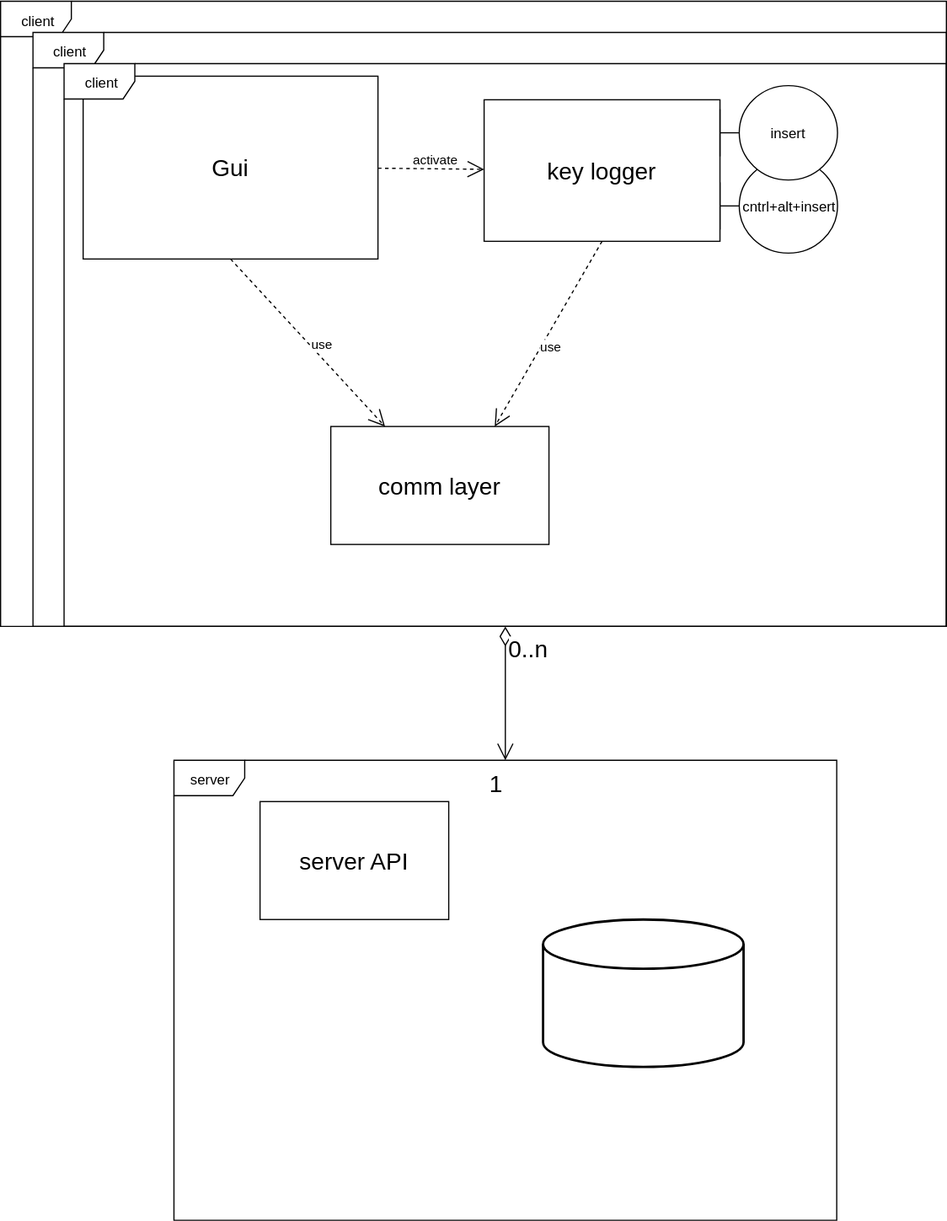
This is Documents/general diagram.svg from adibl/password_saver, a draw.io export, as it was before one commit. Source tidied: cells renumbered, new cells last; positions are measured from the earlier drawing's top-left corner, leaving out a move shared by most shapes. The source it was exported from:
```xml
<mxGraphModel>
  <root>
    <mxCell id="0" />
    <mxCell id="1" parent="0" />
    <mxCell id="2" style="strokeWidth=2;html=1;shape=mxgraph.flowchart.database;whiteSpace=wrap;" parent="1" vertex="1">
      <mxGeometry x="460" y="779" width="170" height="125" as="geometry" />
    </mxCell>
    <mxCell id="3" value="server API" style="fontSize=20;" parent="1" vertex="1">
      <mxGeometry x="220" y="679" width="160" height="100" as="geometry" />
    </mxCell>
    <mxCell id="4" value="server" style="shape=umlFrame;whiteSpace=wrap;html=1;" parent="1" vertex="1">
      <mxGeometry x="147" y="644" width="562" height="390" as="geometry" />
    </mxCell>
    <mxCell id="5" value="cntrl+alt+insert" style="shape=umlBoundary;whiteSpace=wrap;html=1;" parent="1" vertex="1">
      <mxGeometry x="610" y="134" width="100" height="80" as="geometry" />
    </mxCell>
    <mxCell id="6" value="key logger" style="fontSize=20;" parent="1" vertex="1">
      <mxGeometry x="410" y="84" width="200" height="120" as="geometry" />
    </mxCell>
    <mxCell id="7" value="Gui" style="fontSize=20;" parent="1" vertex="1">
      <mxGeometry x="70" y="64" width="250" height="155" as="geometry" />
    </mxCell>
    <mxCell id="8" value="activate" style="endArrow=open;endSize=12;dashed=1;html=1;exitX=1;exitY=0.5;exitDx=0;exitDy=0;" parent="1" edge="1" source="7" target="6">
      <mxGeometry x="0.09" y="8" relative="1" as="geometry" />
    </mxCell>
    <mxCell id="9" value="comm layer" style="fontSize=20;" parent="1" vertex="1">
      <mxGeometry x="280" y="361" width="185" height="100" as="geometry" />
    </mxCell>
    <mxCell id="10" value="use" style="endArrow=open;endSize=12;dashed=1;html=1;exitX=0.5;exitY=1;exitDx=0;exitDy=0;entryX=0.25;entryY=0;entryDx=0;entryDy=0;" parent="1" edge="1" source="7" target="9">
      <mxGeometry x="0.09" y="8" relative="1" as="geometry" />
    </mxCell>
    <mxCell id="11" value="use" style="endArrow=open;endSize=12;dashed=1;html=1;exitX=0.5;exitY=1;exitDx=0;exitDy=0;entryX=0.75;entryY=0;entryDx=0;entryDy=0;" parent="1" edge="1" source="6" target="9">
      <mxGeometry x="0.09" y="8" relative="1" as="geometry" />
    </mxCell>
    <mxCell id="12" style="group;" parent="1" vertex="1">
      <mxGeometry y="0.5" width="802" height="530" as="geometry" />
    </mxCell>
    <mxCell id="13" value="client" style="shape=umlFrame;whiteSpace=wrap;html=1;" parent="12" vertex="1">
      <mxGeometry width="802" height="530" as="geometry" />
    </mxCell>
    <mxCell id="14" value="client" style="shape=umlFrame;whiteSpace=wrap;html=1;" parent="12" vertex="1">
      <mxGeometry x="27.5" y="26.4" width="774.5" height="503.6" as="geometry" />
    </mxCell>
    <mxCell id="15" value="client" style="shape=umlFrame;whiteSpace=wrap;html=1;" parent="12" vertex="1">
      <mxGeometry x="53.8" y="52.8" width="748.2" height="477.2" as="geometry" />
    </mxCell>
    <mxCell id="16" value="insert" style="shape=umlBoundary;whiteSpace=wrap;html=1;direction=east;" parent="1" vertex="1">
      <mxGeometry x="610" y="72" width="100" height="80" as="geometry" />
    </mxCell>
    <mxCell id="17" style="endArrow=open;html=1;endSize=12;startArrow=diamondThin;startSize=14;startFill=0;edgeStyle=orthogonalEdgeStyle;" parent="1" edge="1" source="15" target="4">
      <mxGeometry relative="1" as="geometry" />
    </mxCell>
    <mxCell id="18" value="0..n" style="align=left;verticalAlign=top;labelBackgroundColor=#ffffff;fontSize=20;" parent="17" vertex="1">
      <mxGeometry x="-1" relative="1" as="geometry" />
    </mxCell>
    <mxCell id="19" value="1" style="align=right;verticalAlign=top;labelBackgroundColor=#ffffff;fontSize=20;" parent="17" vertex="1">
      <mxGeometry x="1" relative="1" as="geometry" />
    </mxCell>
  </root>
</mxGraphModel>
```
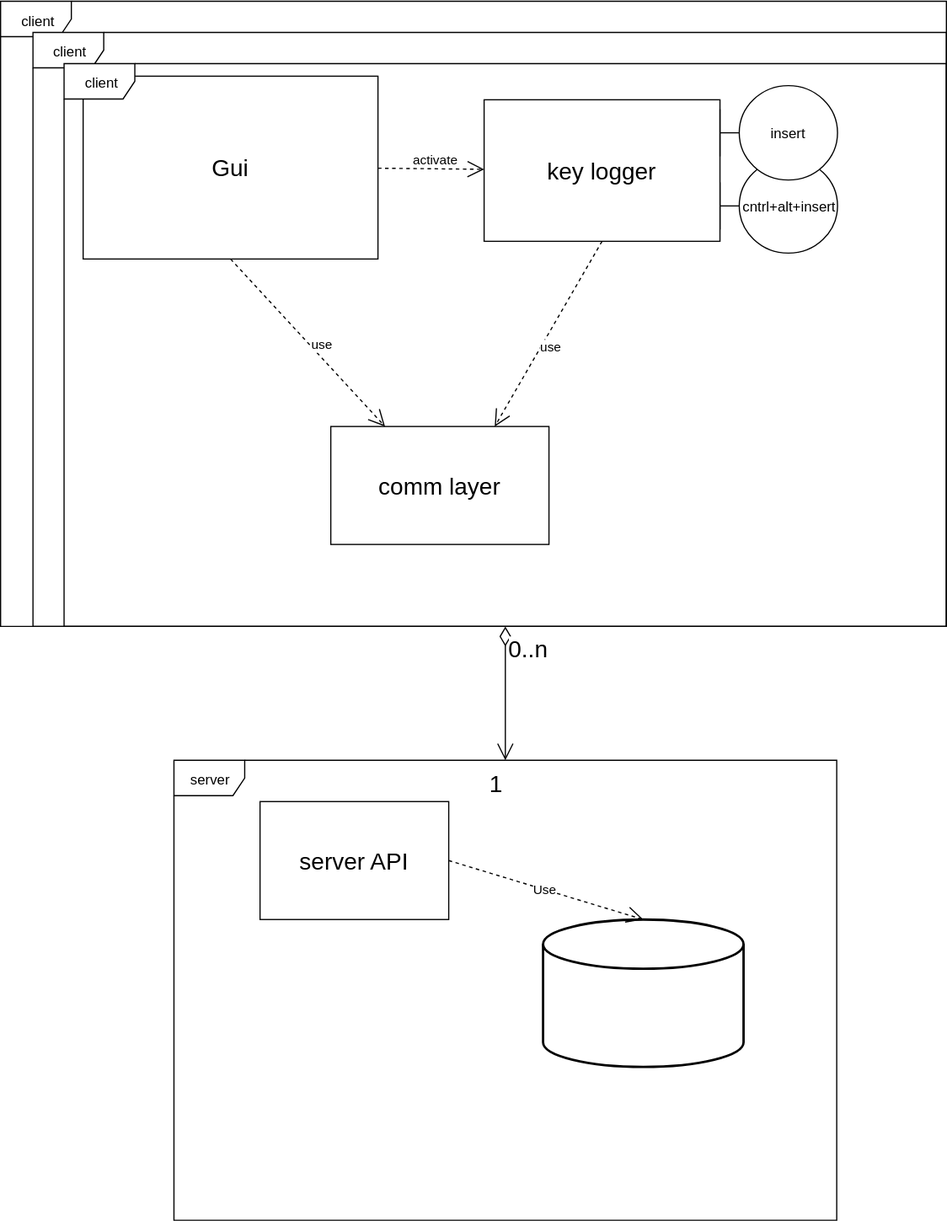
The same diagram one commit later.

The edit, as a diff of the source:
```diff
@@ -56,5 +56,8 @@
     <mxCell id="19" value="1" style="align=right;verticalAlign=top;labelBackgroundColor=#ffffff;fontSize=20;" parent="17" vertex="1">
       <mxGeometry x="1" relative="1" as="geometry" />
     </mxCell>
+    <mxCell id="20" value="Use" style="endArrow=open;endSize=12;dashed=1;html=1;exitX=1;exitY=0.5;exitDx=0;exitDy=0;entryX=0.5;entryY=0;entryDx=0;entryDy=0;entryPerimeter=0;" parent="1" edge="1" source="3" target="2">
+      <mxGeometry relative="1" as="geometry" />
+    </mxCell>
   </root>
 </mxGraphModel>
```
